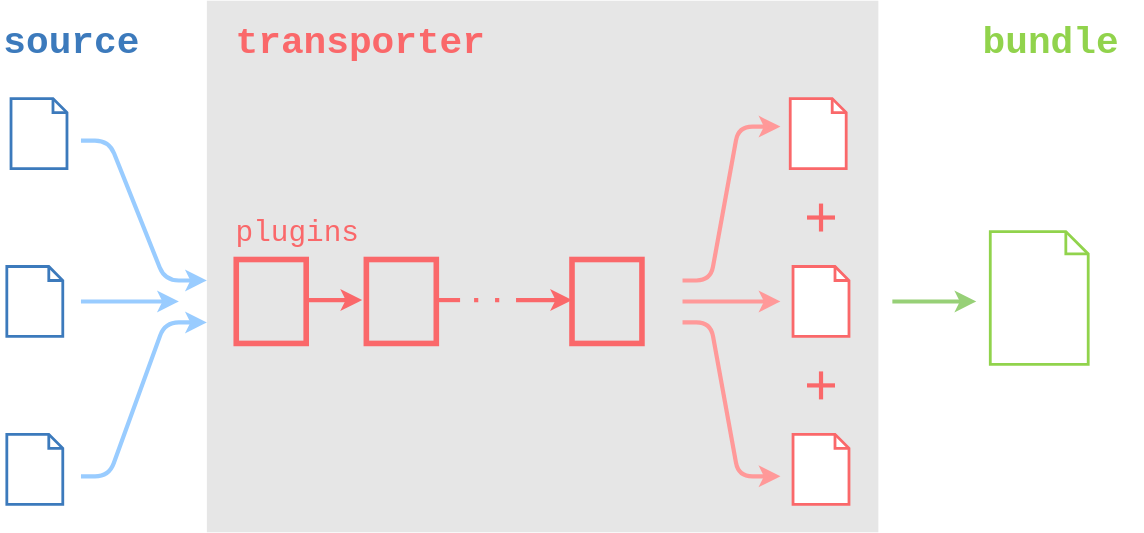
Earlier version of the draw.io export pictures/transporter.svg (dima117/direct-infr). Source tidied: cells renumbered, new cells last; positions are measured from the earlier drawing's top-left corner, leaving out a move shared by most shapes.
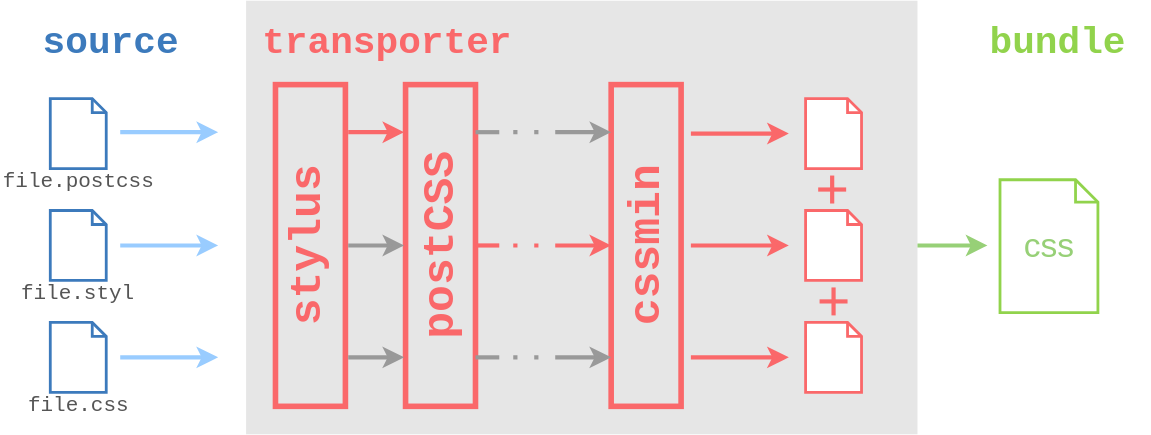
After the change.

What changed in the source:
```diff
@@ -3,161 +3,208 @@
     <mxCell id="0" />
     <mxCell id="1" parent="0" />
     <mxCell id="2" value="&lt;div style=&quot;text-align: left&quot;&gt;&lt;br&gt;&lt;/div&gt;" style="rounded=0;whiteSpace=wrap;html=1;strokeColor=none;strokeWidth=1;fillColor=#E6E6E6;fontFamily=Helvetica;fontSize=32;fontColor=#60CC9E;align=center;" parent="1" vertex="1">
-      <mxGeometry x="147" width="480" height="380" as="geometry" />
+      <mxGeometry x="147" width="480" height="310" as="geometry" />
     </mxCell>
     <mxCell id="3" style="shape=note;whiteSpace=wrap;html=1;strokeColor=#3C7ABC;strokeWidth=2;fillColor=#FFFFFF;fontSize=24;fontColor=#333333;align=left;size=10;" parent="1" vertex="1">
       <mxGeometry x="7" y="70" width="40" height="50" as="geometry" />
     </mxCell>
     <mxCell id="4" style="shape=note;whiteSpace=wrap;html=1;strokeColor=#3C7ABC;strokeWidth=2;fillColor=#FFFFFF;fontSize=24;fontColor=#333333;align=left;size=10;" parent="1" vertex="1">
-      <mxGeometry x="4" y="190" width="40" height="50" as="geometry" />
+      <mxGeometry x="7" y="150" width="40" height="50" as="geometry" />
     </mxCell>
     <mxCell id="5" style="shape=note;whiteSpace=wrap;html=1;strokeColor=#3C7ABC;strokeWidth=2;fillColor=#FFFFFF;fontSize=24;fontColor=#333333;align=left;size=10;" parent="1" vertex="1">
-      <mxGeometry x="4" y="310" width="40" height="50" as="geometry" />
+      <mxGeometry x="7" y="230" width="40" height="50" as="geometry" />
     </mxCell>
     <mxCell id="6" style="rounded=0;whiteSpace=wrap;html=1;strokeColor=#FA686A;strokeWidth=4;fillColor=none;fontFamily=Courier New;fontSize=27;fontColor=#FA686A;align=left;" parent="1" vertex="1">
-      <mxGeometry x="168" y="185" width="50" height="60" as="geometry" />
+      <mxGeometry x="168" y="60" width="50" height="230" as="geometry" />
     </mxCell>
     <mxCell id="7" style="rounded=0;whiteSpace=wrap;html=1;strokeColor=#FA686A;strokeWidth=4;fillColor=none;fontFamily=Courier New;fontSize=27;fontColor=#FA686A;align=left;" parent="1" vertex="1">
-      <mxGeometry x="261" y="185" width="50" height="60" as="geometry" />
+      <mxGeometry x="261" y="60" width="50" height="230" as="geometry" />
     </mxCell>
     <mxCell id="8" style="rounded=0;whiteSpace=wrap;html=1;strokeColor=#FA686A;strokeWidth=4;fillColor=none;fontFamily=Courier New;fontSize=27;fontColor=#FA686A;align=left;" parent="1" vertex="1">
-      <mxGeometry x="408" y="185" width="50" height="60" as="geometry" />
+      <mxGeometry x="408" y="60" width="50" height="230" as="geometry" />
     </mxCell>
-    <mxCell id="9" style="endArrow=classic;html=1;strokeColor=#FA686A;strokeWidth=3;fontFamily=Courier New;fontSize=27;fontColor=#FA686A;align=left;" parent="1" edge="1">
+    <mxCell id="9" style="endArrow=classic;html=1;strokeColor=#999999;strokeWidth=3;fontFamily=Courier New;fontSize=27;fontColor=#999999;align=left;" parent="1" edge="1">
       <mxGeometry relative="1" as="geometry">
-        <mxPoint x="218" y="214" as="sourcePoint" />
-        <mxPoint x="258" y="214" as="targetPoint" />
+        <mxPoint x="220" y="175" as="sourcePoint" />
+        <mxPoint x="260" y="175" as="targetPoint" />
       </mxGeometry>
     </mxCell>
     <mxCell id="10" style="endArrow=classic;html=1;strokeColor=#FA686A;strokeWidth=3;fontFamily=Courier New;fontSize=27;fontColor=#FA686A;align=left;" parent="1" edge="1">
       <mxGeometry relative="1" as="geometry">
-        <mxPoint x="368" y="214" as="sourcePoint" />
-        <mxPoint x="408" y="214" as="targetPoint" />
+        <mxPoint x="368" y="175" as="sourcePoint" />
+        <mxPoint x="408" y="175" as="targetPoint" />
       </mxGeometry>
     </mxCell>
     <mxCell id="11" style="endArrow=none;html=1;strokeColor=#FA686A;strokeWidth=3;fontFamily=Courier New;fontSize=27;fontColor=#FA686A;align=left;" parent="1" edge="1">
       <mxGeometry relative="1" as="geometry">
-        <mxPoint x="311" y="214" as="sourcePoint" />
-        <mxPoint x="328" y="214" as="targetPoint" />
+        <mxPoint x="311" y="175" as="sourcePoint" />
+        <mxPoint x="328" y="175" as="targetPoint" />
       </mxGeometry>
     </mxCell>
     <mxCell id="12" style="endArrow=none;html=1;dashed=1;dashPattern=1 4;strokeColor=#FA686A;strokeWidth=3;fontFamily=Courier New;fontSize=27;fontColor=#FA686A;align=left;" parent="1" edge="1">
       <mxGeometry relative="1" as="geometry">
-        <mxPoint x="338" y="214" as="sourcePoint" />
-        <mxPoint x="368" y="214" as="targetPoint" />
+        <mxPoint x="338" y="175" as="sourcePoint" />
+        <mxPoint x="368" y="175" as="targetPoint" />
       </mxGeometry>
     </mxCell>
     <mxCell id="13" style="shape=note;whiteSpace=wrap;html=1;strokeColor=#FA686A;strokeWidth=2;fillColor=#FFFFFF;fontSize=24;fontColor=#333333;align=left;size=10;" parent="1" vertex="1">
-      <mxGeometry x="564" y="70" width="40" height="50" as="geometry" />
+      <mxGeometry x="547" y="70" width="40" height="50" as="geometry" />
     </mxCell>
     <mxCell id="14" style="shape=note;whiteSpace=wrap;html=1;strokeColor=#FA686A;strokeWidth=2;fillColor=#FFFFFF;fontSize=24;fontColor=#333333;align=left;size=10;" parent="1" vertex="1">
-      <mxGeometry x="566" y="190" width="40" height="50" as="geometry" />
+      <mxGeometry x="547" y="150" width="40" height="50" as="geometry" />
     </mxCell>
     <mxCell id="15" style="shape=note;whiteSpace=wrap;html=1;strokeColor=#FA686A;strokeWidth=2;fillColor=#FFFFFF;fontSize=24;fontColor=#333333;align=left;size=10;" parent="1" vertex="1">
-      <mxGeometry x="566" y="310" width="40" height="50" as="geometry" />
+      <mxGeometry x="547" y="230" width="40" height="50" as="geometry" />
     </mxCell>
     <mxCell id="16" style="endArrow=classic;html=1;strokeColor=#99CCFF;strokeWidth=3;fontFamily=Courier New;fontSize=27;fontColor=#FA686A;align=left;" parent="1" edge="1">
       <mxGeometry relative="1" as="geometry">
-        <mxPoint x="57" y="100" as="sourcePoint" />
-        <mxPoint x="147" y="200" as="targetPoint" />
-        <Array as="points">
-          <mxPoint x="77" y="100" />
-          <mxPoint x="117" y="200" />
-        </Array>
+        <mxPoint x="57" y="255" as="sourcePoint" />
+        <mxPoint x="127" y="255" as="targetPoint" />
       </mxGeometry>
     </mxCell>
-    <mxCell id="17" style="endArrow=classic;html=1;strokeColor=#99CCFF;strokeWidth=3;fontFamily=Courier New;fontSize=27;fontColor=#FA686A;align=left;" parent="1" edge="1">
-      <mxGeometry relative="1" as="geometry">
-        <mxPoint x="57" y="340" as="sourcePoint" />
-        <mxPoint x="147" y="230" as="targetPoint" />
-        <Array as="points">
-          <mxPoint x="77" y="340" />
-          <mxPoint x="117" y="230" />
-        </Array>
-      </mxGeometry>
+    <mxCell id="17" style="group;" parent="1" vertex="1">
+      <mxGeometry x="556" y="125" width="20" height="20" as="geometry" />
     </mxCell>
-    <mxCell id="18" style="endArrow=classic;html=1;strokeColor=#99CCFF;strokeWidth=3;fontFamily=Courier New;fontSize=27;fontColor=#FA686A;align=left;" parent="1" edge="1">
+    <mxCell id="18" style="endArrow=none;html=1;strokeColor=#FA686A;strokeWidth=3;fontFamily=Courier New;fontSize=27;fontColor=#FA686A;align=left;" parent="17" edge="1">
       <mxGeometry relative="1" as="geometry">
-        <mxPoint x="57" y="215" as="sourcePoint" />
-        <mxPoint x="127" y="215" as="targetPoint" />
+        <mxPoint y="10" as="sourcePoint" />
+        <mxPoint x="20" y="10" as="targetPoint" />
       </mxGeometry>
     </mxCell>
-    <mxCell id="19" style="group;" parent="1" vertex="1">
-      <mxGeometry x="576" y="145" width="20" height="20" as="geometry" />
+    <mxCell id="19" style="endArrow=none;html=1;strokeColor=#FA686A;strokeWidth=3;fontFamily=Courier New;fontSize=27;fontColor=#FA686A;align=left;" parent="17" edge="1">
+      <mxGeometry relative="1" as="geometry">
+        <mxPoint x="10" y="20" as="sourcePoint" />
+        <mxPoint x="10" as="targetPoint" />
+      </mxGeometry>
     </mxCell>
-    <mxCell id="20" style="endArrow=none;html=1;strokeColor=#FA686A;strokeWidth=3;fontFamily=Courier New;fontSize=27;fontColor=#FA686A;align=left;" parent="19" edge="1">
-      <mxGeometry relative="1" as="geometry">
-        <mxPoint y="10" as="sourcePoint" />
-        <mxPoint x="20" y="10" as="targetPoint" />
-      </mxGeometry>
+    <mxCell id="20" style="group;" parent="1" vertex="1">
+      <mxGeometry x="557" y="205" width="20" height="20" as="geometry" />
     </mxCell>
-    <mxCell id="21" style="endArrow=none;html=1;strokeColor=#FA686A;strokeWidth=3;fontFamily=Courier New;fontSize=27;fontColor=#FA686A;align=left;" parent="19" edge="1">
+    <mxCell id="21" style="endArrow=none;html=1;strokeColor=#FA686A;strokeWidth=3;fontFamily=Courier New;fontSize=27;fontColor=#FA686A;align=left;" parent="20" edge="1">
       <mxGeometry relative="1" as="geometry">
-        <mxPoint x="10" y="20" as="sourcePoint" />
-        <mxPoint x="10" as="targetPoint" />
+        <mxPoint y="10" as="sourcePoint" />
+        <mxPoint x="20" y="10" as="targetPoint" />
       </mxGeometry>
     </mxCell>
-    <mxCell id="22" style="group;" parent="1" vertex="1">
-      <mxGeometry x="576" y="265" width="20" height="20" as="geometry" />
+    <mxCell id="22" style="endArrow=none;html=1;strokeColor=#FA686A;strokeWidth=3;fontFamily=Courier New;fontSize=27;fontColor=#FA686A;align=left;" parent="20" edge="1">
+      <mxGeometry relative="1" as="geometry">
+        <mxPoint x="10" y="20" as="sourcePoint" />
+        <mxPoint x="10" as="targetPoint" />
+      </mxGeometry>
     </mxCell>
-    <mxCell id="23" style="endArrow=none;html=1;strokeColor=#FA686A;strokeWidth=3;fontFamily=Courier New;fontSize=27;fontColor=#FA686A;align=left;" parent="22" edge="1">
+    <mxCell id="23" style="endArrow=classic;html=1;strokeColor=#FA686A;strokeWidth=3;fontFamily=Courier New;fontSize=27;fontColor=#FA686A;align=left;" parent="1" edge="1">
       <mxGeometry relative="1" as="geometry">
-        <mxPoint y="10" as="sourcePoint" />
-        <mxPoint x="20" y="10" as="targetPoint" />
+        <mxPoint x="465" y="175" as="sourcePoint" />
+        <mxPoint x="535" y="175" as="targetPoint" />
       </mxGeometry>
     </mxCell>
-    <mxCell id="24" style="endArrow=none;html=1;strokeColor=#FA686A;strokeWidth=3;fontFamily=Courier New;fontSize=27;fontColor=#FA686A;align=left;" parent="22" edge="1">
-      <mxGeometry relative="1" as="geometry">
-        <mxPoint x="10" y="20" as="sourcePoint" />
-        <mxPoint x="10" as="targetPoint" />
-      </mxGeometry>
+    <mxCell id="24" value="&lt;div style=&quot;text-align: center&quot;&gt;&lt;span&gt;css&lt;/span&gt;&lt;/div&gt;" style="shape=note;whiteSpace=wrap;html=1;strokeColor=#91D34C;strokeWidth=2;fillColor=#FFFFFF;fontSize=24;fontColor=#97D077;align=center;size=16;" parent="1" vertex="1">
+      <mxGeometry x="686" y="128" width="70" height="95" as="geometry" />
     </mxCell>
-    <mxCell id="25" style="endArrow=classic;html=1;strokeColor=#FF9999;strokeWidth=3;fontFamily=Courier New;fontSize=27;fontColor=#FA686A;align=left;" parent="1" edge="1">
+    <mxCell id="25" style="endArrow=classic;html=1;strokeColor=#97D077;strokeWidth=3;fontFamily=Courier New;fontSize=27;fontColor=#FA686A;align=left;fillColor=#d5e8d4;" parent="1" edge="1">
       <mxGeometry relative="1" as="geometry">
-        <mxPoint x="487" y="215" as="sourcePoint" />
-        <mxPoint x="557" y="215" as="targetPoint" />
+        <mxPoint x="627" y="175" as="sourcePoint" />
+        <mxPoint x="677" y="175" as="targetPoint" />
       </mxGeometry>
     </mxCell>
-    <mxCell id="26" style="endArrow=classic;html=1;strokeColor=#FF9999;strokeWidth=3;fontFamily=Courier New;fontSize=27;fontColor=#FA686A;align=left;" parent="1" edge="1">
-      <mxGeometry relative="1" as="geometry">
-        <mxPoint x="487" y="230" as="sourcePoint" />
-        <mxPoint x="557" y="340" as="targetPoint" />
-        <Array as="points">
-          <mxPoint x="507" y="230" />
-          <mxPoint x="527" y="340" />
-        </Array>
-      </mxGeometry>
+    <mxCell id="26" value="transporter" style="text;html=1;strokeColor=none;fillColor=none;align=left;verticalAlign=middle;whiteSpace=wrap;rounded=0;fontFamily=Courier New;fontSize=27;fontColor=#FA686A;fontStyle=1;" parent="1" vertex="1">
+      <mxGeometry x="157" y="20" width="224" height="20" as="geometry" />
     </mxCell>
-    <mxCell id="27" style="endArrow=classic;html=1;strokeColor=#FF9999;strokeWidth=3;fontFamily=Courier New;fontSize=27;fontColor=#FA686A;align=left;" parent="1" edge="1">
-      <mxGeometry relative="1" as="geometry">
-        <mxPoint x="487" y="200" as="sourcePoint" />
-        <mxPoint x="557" y="90" as="targetPoint" />
-        <Array as="points">
-          <mxPoint x="507" y="200" />
-          <mxPoint x="527" y="90" />
-        </Array>
-      </mxGeometry>
+    <mxCell id="27" value="&lt;div style=&quot;text-align: left&quot;&gt;&lt;span&gt;source&lt;/span&gt;&lt;/div&gt;" style="text;html=1;strokeColor=none;fillColor=none;align=left;verticalAlign=middle;whiteSpace=wrap;rounded=0;fontFamily=Courier New;fontSize=27;fontColor=#3C7ABC;fontStyle=1;" parent="1" vertex="1">
+      <mxGeometry y="20" width="80" height="20" as="geometry" />
     </mxCell>
-    <mxCell id="28" style="shape=note;whiteSpace=wrap;html=1;strokeColor=#91D34C;strokeWidth=2;fillColor=#FFFFFF;fontSize=24;fontColor=#333333;align=left;size=16;" parent="1" vertex="1">
-      <mxGeometry x="707" y="165" width="70" height="95" as="geometry" />
+    <mxCell id="28" value="&lt;div style=&quot;text-align: left&quot;&gt;&lt;span&gt;bundle&lt;/span&gt;&lt;/div&gt;" style="text;html=1;strokeColor=none;fillColor=none;align=left;verticalAlign=middle;whiteSpace=wrap;rounded=0;fontFamily=Courier New;fontSize=27;fontColor=#91D34C;fontStyle=1;" parent="1" vertex="1">
+      <mxGeometry x="677" y="20" width="116" height="20" as="geometry" />
     </mxCell>
-    <mxCell id="29" style="endArrow=classic;html=1;strokeColor=#97D077;strokeWidth=3;fontFamily=Courier New;fontSize=27;fontColor=#FA686A;align=left;fillColor=#d5e8d4;" parent="1" edge="1">
+    <mxCell id="29" style="endArrow=classic;html=1;strokeColor=#99CCFF;strokeWidth=3;fontFamily=Courier New;fontSize=27;fontColor=#FA686A;align=left;" parent="1" edge="1">
       <mxGeometry relative="1" as="geometry">
-        <mxPoint x="637" y="215" as="sourcePoint" />
-        <mxPoint x="697" y="215" as="targetPoint" />
+        <mxPoint x="57" y="175" as="sourcePoint" />
+        <mxPoint x="127" y="175" as="targetPoint" />
       </mxGeometry>
     </mxCell>
-    <mxCell id="30" value="transporter" style="text;html=1;strokeColor=none;fillColor=none;align=left;verticalAlign=middle;whiteSpace=wrap;rounded=0;fontFamily=Courier New;fontSize=27;fontColor=#FA686A;fontStyle=1;" parent="1" vertex="1">
-      <mxGeometry x="166" y="20" width="224" height="20" as="geometry" />
+    <mxCell id="30" style="endArrow=classic;html=1;strokeColor=#99CCFF;strokeWidth=3;fontFamily=Courier New;fontSize=27;fontColor=#FA686A;align=left;" parent="1" edge="1">
+      <mxGeometry relative="1" as="geometry">
+        <mxPoint x="57" y="94" as="sourcePoint" />
+        <mxPoint x="127" y="94" as="targetPoint" />
+      </mxGeometry>
     </mxCell>
-    <mxCell id="31" value="plugins" style="text;html=1;strokeColor=none;fillColor=none;align=left;verticalAlign=middle;whiteSpace=wrap;rounded=0;fontFamily=Courier New;fontSize=21;fontColor=#FA686A;" parent="1" vertex="1">
-      <mxGeometry x="166" y="155" width="114" height="20" as="geometry" />
+    <mxCell id="31" style="endArrow=classic;html=1;strokeColor=#999999;strokeWidth=3;fontFamily=Courier New;fontSize=27;fontColor=#FA686A;align=left;" parent="1" edge="1">
+      <mxGeometry relative="1" as="geometry">
+        <mxPoint x="220" y="255" as="sourcePoint" />
+        <mxPoint x="260" y="255" as="targetPoint" />
+      </mxGeometry>
     </mxCell>
-    <mxCell id="32" value="&lt;div style=&quot;text-align: left&quot;&gt;&lt;span&gt;source&lt;/span&gt;&lt;/div&gt;" style="text;html=1;strokeColor=none;fillColor=none;align=left;verticalAlign=middle;whiteSpace=wrap;rounded=0;fontFamily=Courier New;fontSize=27;fontColor=#3C7ABC;fontStyle=1;" parent="1" vertex="1">
-      <mxGeometry y="20" width="80" height="20" as="geometry" />
+    <mxCell id="32" style="endArrow=classic;html=1;strokeColor=#FA686A;strokeWidth=3;fontFamily=Courier New;fontSize=27;fontColor=#FA686A;align=left;" parent="1" edge="1">
+      <mxGeometry relative="1" as="geometry">
+        <mxPoint x="220" y="94" as="sourcePoint" />
+        <mxPoint x="260" y="94" as="targetPoint" />
+      </mxGeometry>
     </mxCell>
-    <mxCell id="33" value="&lt;div style=&quot;text-align: left&quot;&gt;&lt;span&gt;bundle&lt;/span&gt;&lt;/div&gt;" style="text;html=1;strokeColor=none;fillColor=none;align=left;verticalAlign=middle;whiteSpace=wrap;rounded=0;fontFamily=Courier New;fontSize=27;fontColor=#91D34C;fontStyle=1;" parent="1" vertex="1">
-      <mxGeometry x="700" y="20" width="116" height="20" as="geometry" />
+    <mxCell id="33" style="endArrow=classic;html=1;strokeColor=#999999;strokeWidth=3;fontFamily=Courier New;fontSize=27;fontColor=#FA686A;align=left;" parent="1" edge="1">
+      <mxGeometry relative="1" as="geometry">
+        <mxPoint x="368" y="255" as="sourcePoint" />
+        <mxPoint x="408" y="255" as="targetPoint" />
+      </mxGeometry>
     </mxCell>
+    <mxCell id="34" style="endArrow=none;html=1;strokeColor=#999999;strokeWidth=3;fontFamily=Courier New;fontSize=27;fontColor=#FA686A;align=left;" parent="1" edge="1">
+      <mxGeometry relative="1" as="geometry">
+        <mxPoint x="311" y="255" as="sourcePoint" />
+        <mxPoint x="328" y="255" as="targetPoint" />
+      </mxGeometry>
+    </mxCell>
+    <mxCell id="35" style="endArrow=none;html=1;dashed=1;dashPattern=1 4;strokeColor=#999999;strokeWidth=3;fontFamily=Courier New;fontSize=27;fontColor=#FA686A;align=left;" parent="1" edge="1">
+      <mxGeometry relative="1" as="geometry">
+        <mxPoint x="338" y="255" as="sourcePoint" />
+        <mxPoint x="368" y="255" as="targetPoint" />
+      </mxGeometry>
+    </mxCell>
+    <mxCell id="36" style="endArrow=classic;html=1;strokeColor=#999999;strokeWidth=3;fontFamily=Courier New;fontSize=27;fontColor=#FA686A;align=left;" parent="1" edge="1">
+      <mxGeometry relative="1" as="geometry">
+        <mxPoint x="368" y="94" as="sourcePoint" />
+        <mxPoint x="408" y="94" as="targetPoint" />
+      </mxGeometry>
+    </mxCell>
+    <mxCell id="37" style="endArrow=none;html=1;strokeColor=#999999;strokeWidth=3;fontFamily=Courier New;fontSize=27;fontColor=#FA686A;align=left;" parent="1" edge="1">
+      <mxGeometry relative="1" as="geometry">
+        <mxPoint x="311" y="94" as="sourcePoint" />
+        <mxPoint x="328" y="94" as="targetPoint" />
+      </mxGeometry>
+    </mxCell>
+    <mxCell id="38" style="endArrow=none;html=1;dashed=1;dashPattern=1 4;strokeColor=#999999;strokeWidth=3;fontFamily=Courier New;fontSize=27;fontColor=#FA686A;align=left;" parent="1" edge="1">
+      <mxGeometry relative="1" as="geometry">
+        <mxPoint x="338" y="94" as="sourcePoint" />
+        <mxPoint x="368" y="94" as="targetPoint" />
+      </mxGeometry>
+    </mxCell>
+    <mxCell id="39" style="endArrow=classic;html=1;strokeColor=#FA686A;strokeWidth=3;fontFamily=Courier New;fontSize=27;fontColor=#FA686A;align=left;" parent="1" edge="1">
+      <mxGeometry relative="1" as="geometry">
+        <mxPoint x="465" y="255" as="sourcePoint" />
+        <mxPoint x="535" y="255" as="targetPoint" />
+      </mxGeometry>
+    </mxCell>
+    <mxCell id="40" style="endArrow=classic;html=1;strokeColor=#FA686A;strokeWidth=3;fontFamily=Courier New;fontSize=27;fontColor=#FA686A;align=left;" parent="1" edge="1">
+      <mxGeometry relative="1" as="geometry">
+        <mxPoint x="465" y="95" as="sourcePoint" />
+        <mxPoint x="535" y="95" as="targetPoint" />
+      </mxGeometry>
+    </mxCell>
+    <mxCell id="41" value="stylus" style="text;html=1;strokeColor=none;fillColor=none;align=center;verticalAlign=middle;whiteSpace=wrap;rounded=0;fontFamily=Courier New;fontSize=32;fontColor=#FA686A;fontStyle=1;horizontal=0;" parent="1" vertex="1">
+      <mxGeometry x="174" y="165" width="33" height="20" as="geometry" />
+    </mxCell>
+    <mxCell id="42" value="postCSS" style="text;html=1;strokeColor=none;fillColor=none;align=center;verticalAlign=middle;whiteSpace=wrap;rounded=0;fontFamily=Courier New;fontSize=32;fontColor=#FA686A;fontStyle=1;horizontal=0;" parent="1" vertex="1">
+      <mxGeometry x="270" y="165" width="33" height="20" as="geometry" />
+    </mxCell>
+    <mxCell id="43" value="cssmin" style="text;html=1;strokeColor=none;fillColor=none;align=center;verticalAlign=middle;whiteSpace=wrap;rounded=0;fontFamily=Courier New;fontSize=32;fontColor=#FA686A;fontStyle=1;horizontal=0;" parent="1" vertex="1">
+      <mxGeometry x="417" y="165" width="33" height="20" as="geometry" />
+    </mxCell>
+    <mxCell id="44" value="file.postcss" style="text;html=1;strokeColor=none;fillColor=none;align=center;verticalAlign=middle;whiteSpace=wrap;rounded=0;fontFamily=Courier New;fontSize=15;fontColor=#555;" parent="1" vertex="1">
+      <mxGeometry x="7" y="120" width="40" height="20" as="geometry" />
+    </mxCell>
+    <mxCell id="45" value="file.styl" style="text;html=1;strokeColor=none;fillColor=none;align=center;verticalAlign=middle;whiteSpace=wrap;rounded=0;fontFamily=Courier New;fontSize=15;fontColor=#555;" parent="1" vertex="1">
+      <mxGeometry x="7" y="200" width="40" height="20" as="geometry" />
+    </mxCell>
+    <mxCell id="46" value="file.css" style="text;html=1;strokeColor=none;fillColor=none;align=center;verticalAlign=middle;whiteSpace=wrap;rounded=0;fontFamily=Courier New;fontSize=15;fontColor=#555;" parent="1" vertex="1">
+      <mxGeometry x="7" y="280" width="40" height="20" as="geometry" />
+    </mxCell>
   </root>
 </mxGraphModel>
```
